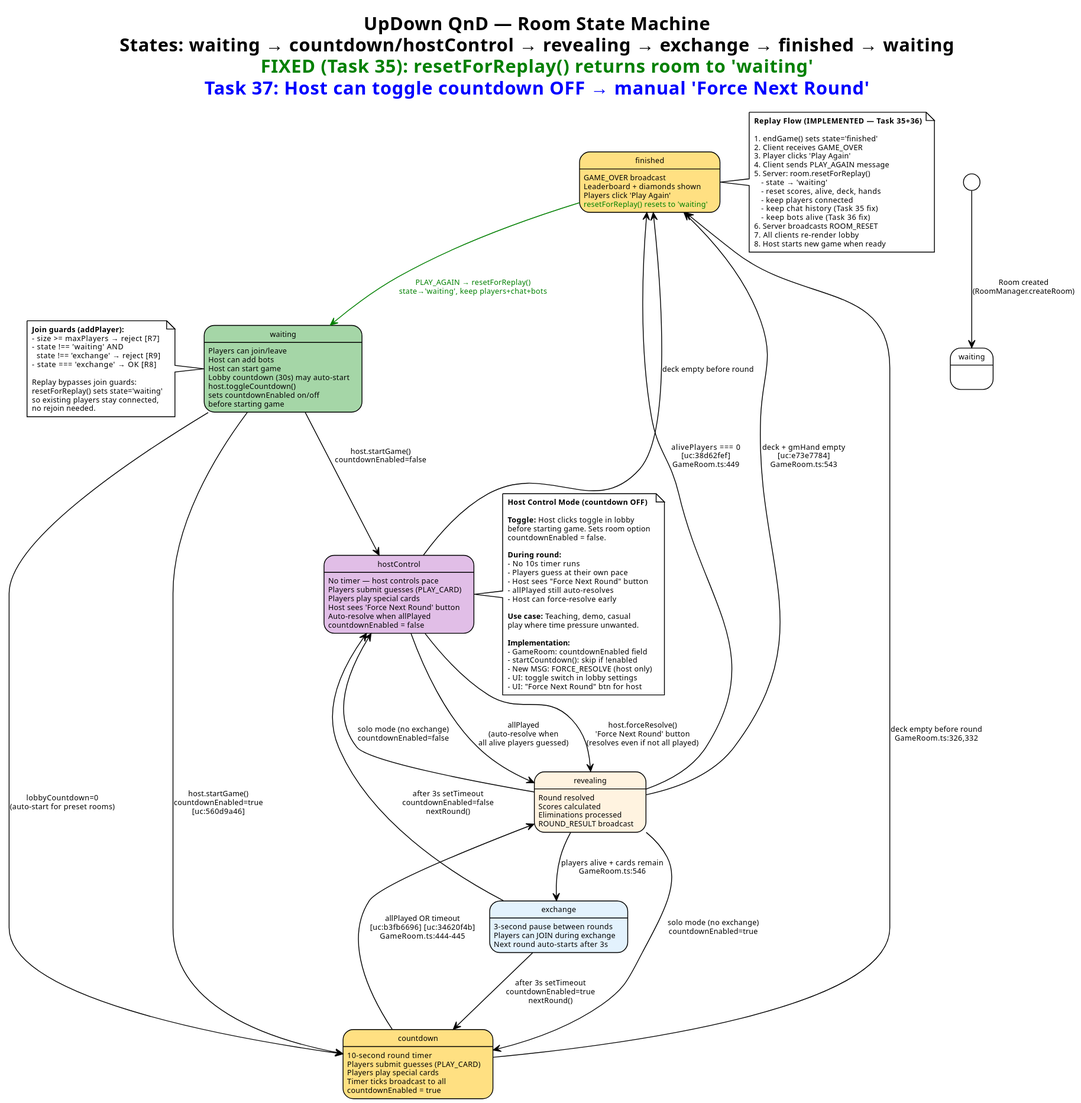
Earlier version of the PlantUML export qnd/spec/Room-Lifecycle-State.svg (Cerulean-Circle-GmbH/UpDown).
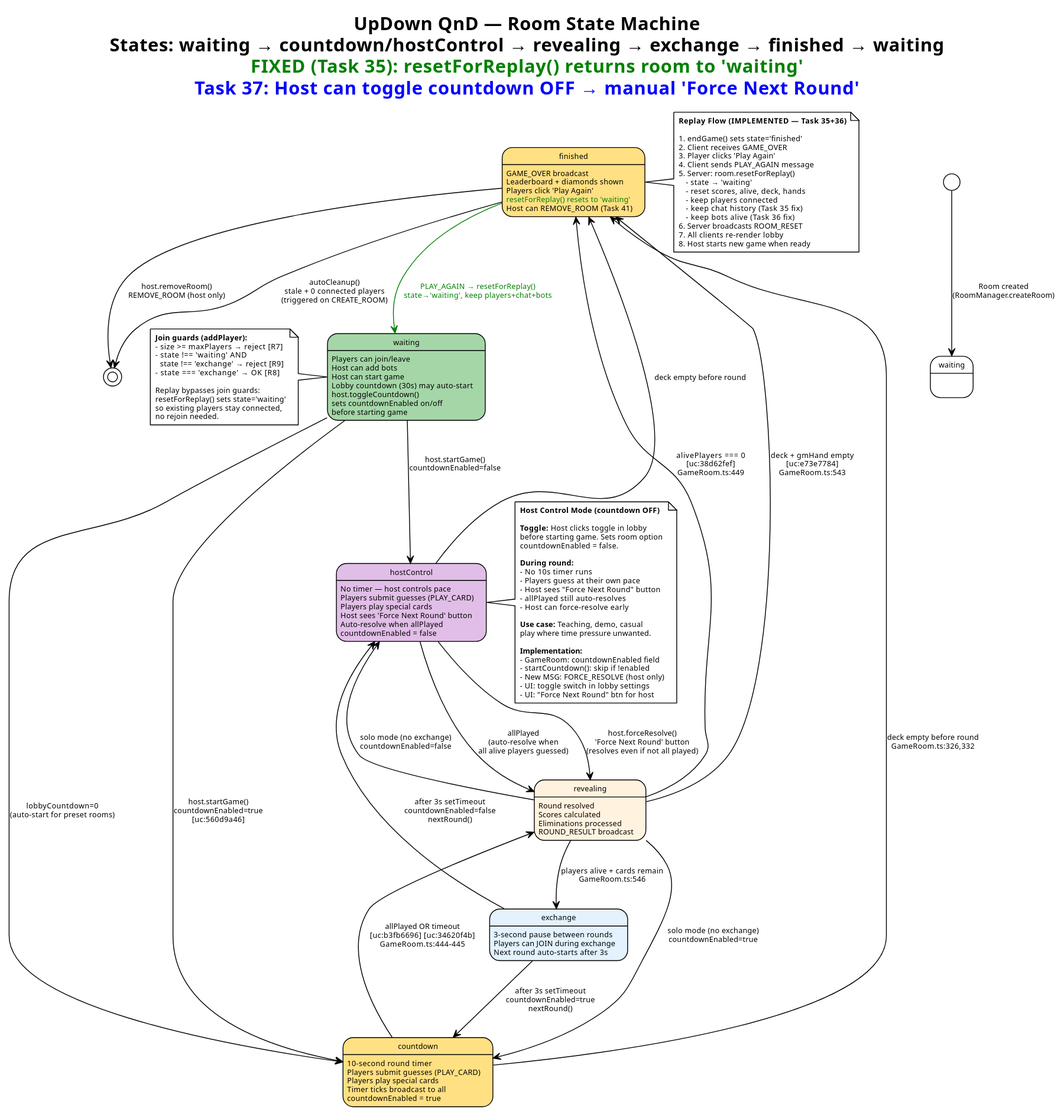
The same diagram one commit later.

Diff of the diagram source:
```diff
@@ -50,7 +50,13 @@
   FIN : Leaderboard + diamonds shown
   FIN : Players click 'Play Again'
   FIN : <color:green>resetForReplay() resets to 'waiting'</color>
+  FIN : Host can REMOVE_ROOM (Task 41)
 }
+
+state "removed" as DEL <<end>>
+
+FIN --> DEL : host.removeRoom()\nREMOVE_ROOM (host only)
+FIN --> DEL : autoCleanup()\nstale + 0 connected players\n(triggered on CREATE_ROOM)
 
 W --> CD : host.startGame()\ncountdownEnabled=true\n[uc:560d9a46]
 W --> HC : host.startGame()\ncountdownEnabled=false
```
